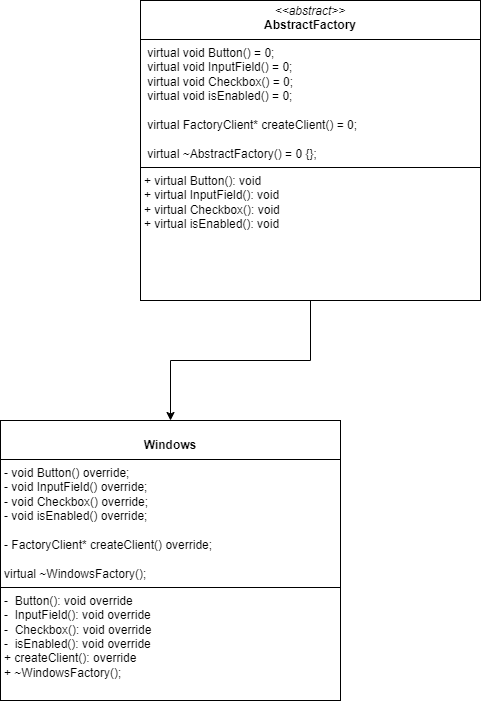
This is Lesson06.drawio.png from Yushikuni/UML-Diagrams, a draw.io export, as it was before one commit. Source tidied: cells renumbered, new cells last; positions are measured from the earlier drawing's top-left corner, leaving out a move shared by most shapes.
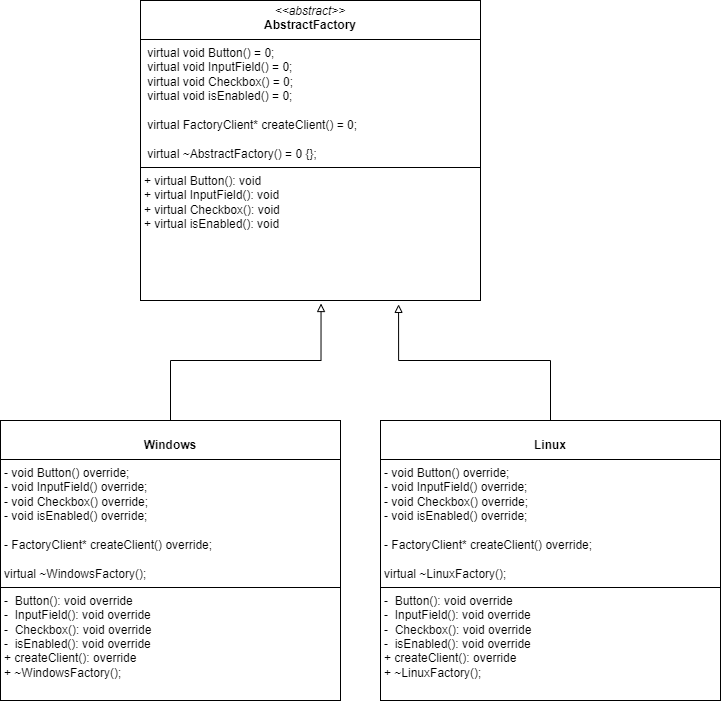
After the commit.

Diff of the diagram source:
```diff
@@ -2,14 +2,20 @@
   <root>
     <mxCell id="0" />
     <mxCell id="1" parent="0" />
-    <mxCell id="2" style="edgeStyle=orthogonalEdgeStyle;rounded=0;jettySize=auto;html=1;entryX=0.5;entryY=0;entryDx=0;entryDy=0;" parent="1" edge="1" source="3" target="4">
-      <mxGeometry relative="1" as="geometry" />
-    </mxCell>
     <mxCell id="3" value="&lt;p style=&quot;margin:0px;margin-top:4px;text-align:center;&quot;&gt;&lt;i&gt;&amp;lt;&amp;lt;abstract&amp;gt;&amp;gt;&lt;/i&gt;&lt;br&gt;&lt;b&gt;AbstractFactory&lt;/b&gt;&lt;/p&gt;&lt;hr size=&quot;1&quot; style=&quot;border-style:solid;&quot;&gt;&lt;p style=&quot;margin:0px;margin-left:4px;&quot;&gt;&amp;nbsp;virtual void Button() = 0;&lt;/p&gt;&lt;p style=&quot;margin:0px;margin-left:4px;&quot;&gt;&amp;nbsp;virtual void InputField() = 0;&lt;/p&gt;&lt;p style=&quot;margin:0px;margin-left:4px;&quot;&gt;&amp;nbsp;virtual void Checkbox() = 0;&lt;/p&gt;&lt;p style=&quot;margin:0px;margin-left:4px;&quot;&gt;&amp;nbsp;virtual void isEnabled() = 0;&lt;/p&gt;&lt;p style=&quot;margin:0px;margin-left:4px;&quot;&gt;&lt;br&gt;&lt;/p&gt;&lt;p style=&quot;margin:0px;margin-left:4px;&quot;&gt;&amp;nbsp;virtual FactoryClient* createClient() = 0;&lt;/p&gt;&lt;p style=&quot;margin:0px;margin-left:4px;&quot;&gt;&lt;br&gt;&lt;/p&gt;&lt;p style=&quot;margin:0px;margin-left:4px;&quot;&gt;&amp;nbsp;virtual ~AbstractFactory() = 0 {};&lt;/p&gt;&lt;hr size=&quot;1&quot; style=&quot;border-style:solid;&quot;&gt;&lt;p style=&quot;margin:0px;margin-left:4px;&quot;&gt;+ virtual Button(): void&lt;/p&gt;&lt;p style=&quot;margin:0px;margin-left:4px;&quot;&gt;+ virtual InputField(): void&lt;br&gt;&lt;/p&gt;&lt;p style=&quot;margin:0px;margin-left:4px;&quot;&gt;+ virtual Checkbox(): void&lt;br&gt;&lt;/p&gt;&lt;p style=&quot;margin:0px;margin-left:4px;&quot;&gt;+ virtual isEnabled(): void&lt;br&gt;&lt;/p&gt;&lt;p style=&quot;margin:0px;margin-left:4px;&quot;&gt;&lt;br&gt;&lt;/p&gt;&lt;p style=&quot;margin:0px;margin-left:4px;&quot;&gt;&lt;br&gt;&lt;/p&gt;" style="verticalAlign=top;align=left;overflow=fill;html=1;whiteSpace=wrap;" parent="1" vertex="1">
       <mxGeometry x="140" width="340" height="300" as="geometry" />
     </mxCell>
     <mxCell id="4" value="&lt;p style=&quot;margin:0px;margin-top:4px;text-align:center;&quot;&gt;&lt;br&gt;&lt;b&gt;Windows&lt;/b&gt;&lt;/p&gt;&lt;hr size=&quot;1&quot; style=&quot;border-style:solid;&quot;&gt;&lt;p style=&quot;margin:0px;margin-left:4px;&quot;&gt;-&amp;nbsp;&lt;span style=&quot;background-color: initial;&quot;&gt;void Button() override;&lt;/span&gt;&lt;br&gt;&lt;/p&gt;&lt;p style=&quot;margin:0px;margin-left:4px;&quot;&gt;- void InputField() override;&lt;/p&gt;&lt;p style=&quot;margin:0px;margin-left:4px;&quot;&gt;- void Checkbox() override;&lt;/p&gt;&lt;p style=&quot;margin:0px;margin-left:4px;&quot;&gt;- void isEnabled() override;&lt;/p&gt;&lt;p style=&quot;margin:0px;margin-left:4px;&quot;&gt;&lt;br&gt;&lt;/p&gt;&lt;p style=&quot;margin:0px;margin-left:4px;&quot;&gt;- FactoryClient* createClient() override;&lt;/p&gt;&lt;p style=&quot;margin:0px;margin-left:4px;&quot;&gt;&lt;br&gt;&lt;/p&gt;&lt;p style=&quot;margin:0px;margin-left:4px;&quot;&gt;virtual ~WindowsFactory();&lt;/p&gt;&lt;hr size=&quot;1&quot; style=&quot;border-style:solid;&quot;&gt;&lt;p style=&quot;margin:0px;margin-left:4px;&quot;&gt;-&amp;nbsp; Button(): void override&lt;/p&gt;&lt;p style=&quot;margin:0px;margin-left:4px;&quot;&gt;-&amp;nbsp; InputField(): void override&lt;br&gt;&lt;/p&gt;&lt;p style=&quot;margin:0px;margin-left:4px;&quot;&gt;-&amp;nbsp; Checkbox(): void override&lt;br&gt;&lt;/p&gt;&lt;p style=&quot;margin:0px;margin-left:4px;&quot;&gt;-&amp;nbsp; isEnabled(): void override&lt;br&gt;&lt;/p&gt;&lt;p style=&quot;margin:0px;margin-left:4px;&quot;&gt;+ createClient(): override&lt;/p&gt;&lt;p style=&quot;margin:0px;margin-left:4px;&quot;&gt;+&amp;nbsp;&lt;span style=&quot;background-color: initial;&quot;&gt;~WindowsFactory();&lt;/span&gt;&lt;/p&gt;&lt;p style=&quot;margin:0px;margin-left:4px;&quot;&gt;&lt;br&gt;&lt;/p&gt;&lt;p style=&quot;margin:0px;margin-left:4px;&quot;&gt;&lt;br&gt;&lt;/p&gt;&lt;p style=&quot;margin:0px;margin-left:4px;&quot;&gt;&lt;br&gt;&lt;/p&gt;&lt;p style=&quot;margin:0px;margin-left:4px;&quot;&gt;&lt;br&gt;&lt;/p&gt;" style="verticalAlign=top;align=left;overflow=fill;html=1;whiteSpace=wrap;" parent="1" vertex="1">
       <mxGeometry y="420" width="340" height="280" as="geometry" />
     </mxCell>
+    <mxCell id="5" value="&lt;p style=&quot;margin:0px;margin-top:4px;text-align:center;&quot;&gt;&lt;br&gt;&lt;b&gt;Linux&lt;/b&gt;&lt;/p&gt;&lt;hr size=&quot;1&quot; style=&quot;border-style:solid;&quot;&gt;&lt;p style=&quot;margin:0px;margin-left:4px;&quot;&gt;-&amp;nbsp;&lt;span style=&quot;background-color: initial;&quot;&gt;void Button() override;&lt;/span&gt;&lt;br&gt;&lt;/p&gt;&lt;p style=&quot;margin:0px;margin-left:4px;&quot;&gt;- void InputField() override;&lt;/p&gt;&lt;p style=&quot;margin:0px;margin-left:4px;&quot;&gt;- void Checkbox() override;&lt;/p&gt;&lt;p style=&quot;margin:0px;margin-left:4px;&quot;&gt;- void isEnabled() override;&lt;/p&gt;&lt;p style=&quot;margin:0px;margin-left:4px;&quot;&gt;&lt;br&gt;&lt;/p&gt;&lt;p style=&quot;margin:0px;margin-left:4px;&quot;&gt;- FactoryClient* createClient() override;&lt;/p&gt;&lt;p style=&quot;margin:0px;margin-left:4px;&quot;&gt;&lt;br&gt;&lt;/p&gt;&lt;p style=&quot;margin:0px;margin-left:4px;&quot;&gt;virtual ~LinuxFactory();&lt;/p&gt;&lt;hr size=&quot;1&quot; style=&quot;border-style:solid;&quot;&gt;&lt;p style=&quot;margin:0px;margin-left:4px;&quot;&gt;-&amp;nbsp; Button(): void override&lt;/p&gt;&lt;p style=&quot;margin:0px;margin-left:4px;&quot;&gt;-&amp;nbsp; InputField(): void override&lt;br&gt;&lt;/p&gt;&lt;p style=&quot;margin:0px;margin-left:4px;&quot;&gt;-&amp;nbsp; Checkbox(): void override&lt;br&gt;&lt;/p&gt;&lt;p style=&quot;margin:0px;margin-left:4px;&quot;&gt;-&amp;nbsp; isEnabled(): void override&lt;br&gt;&lt;/p&gt;&lt;p style=&quot;margin:0px;margin-left:4px;&quot;&gt;+ createClient(): override&lt;/p&gt;&lt;p style=&quot;margin:0px;margin-left:4px;&quot;&gt;+&amp;nbsp;&lt;span style=&quot;background-color: initial;&quot;&gt;~&lt;/span&gt;LinuxFactory&lt;span style=&quot;background-color: initial;&quot;&gt;();&lt;/span&gt;&lt;/p&gt;&lt;p style=&quot;margin:0px;margin-left:4px;&quot;&gt;&lt;br&gt;&lt;/p&gt;&lt;p style=&quot;margin:0px;margin-left:4px;&quot;&gt;&lt;br&gt;&lt;/p&gt;&lt;p style=&quot;margin:0px;margin-left:4px;&quot;&gt;&lt;br&gt;&lt;/p&gt;&lt;p style=&quot;margin:0px;margin-left:4px;&quot;&gt;&lt;br&gt;&lt;/p&gt;" style="verticalAlign=top;align=left;overflow=fill;html=1;whiteSpace=wrap;" parent="1" vertex="1">
+      <mxGeometry x="380" y="420" width="340" height="280" as="geometry" />
+    </mxCell>
+    <mxCell id="6" style="edgeStyle=orthogonalEdgeStyle;rounded=0;jettySize=auto;html=1;entryX=0.759;entryY=1.013;entryDx=0;entryDy=0;entryPerimeter=0;endArrow=block;endFill=0;" parent="1" edge="1" source="5" target="3">
+      <mxGeometry relative="1" as="geometry" />
+    </mxCell>
+    <mxCell id="7" style="edgeStyle=orthogonalEdgeStyle;rounded=0;jettySize=auto;html=1;entryX=0.531;entryY=1.01;entryDx=0;entryDy=0;entryPerimeter=0;endArrow=block;endFill=0;" parent="1" edge="1" source="4" target="3">
+      <mxGeometry relative="1" as="geometry" />
+    </mxCell>
   </root>
 </mxGraphModel>
```
